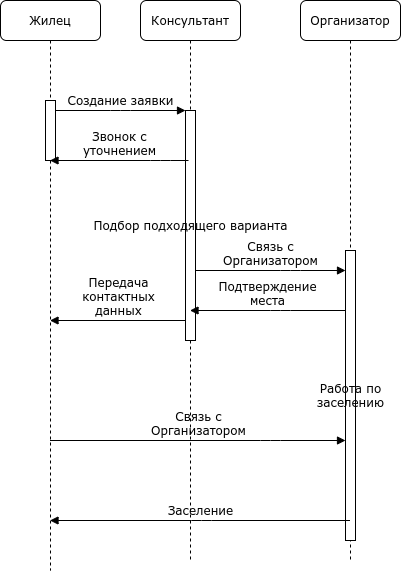
Before: uml/seq_2.png, a diagram exported from draw.io (mikle9997/software-architecture-design). Source tidied: cells renumbered, new cells last; positions are measured from the earlier drawing's top-left corner, leaving out a move shared by most shapes.
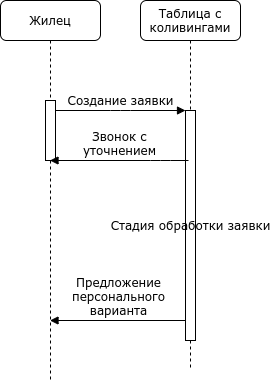
After the commit.

What changed in the source:
```diff
@@ -2,20 +2,14 @@
   <root>
     <mxCell id="0" />
     <mxCell id="1" parent="0" />
-    <mxCell id="2" value="Консультант" style="shape=umlLifeline;perimeter=lifelinePerimeter;whiteSpace=wrap;html=1;outlineConnect=0;rounded=1;shadow=0;comic=0;labelBackgroundColor=none;strokeWidth=1;fontFamily=Verdana;fontSize=12;align=center;" parent="1" vertex="1">
-      <mxGeometry x="140" width="100" height="560" as="geometry" />
+    <mxCell id="2" value="Таблица с коливингами" style="shape=umlLifeline;perimeter=lifelinePerimeter;whiteSpace=wrap;html=1;outlineConnect=0;rounded=1;shadow=0;comic=0;labelBackgroundColor=none;strokeWidth=1;fontFamily=Verdana;fontSize=12;align=center;" parent="1" vertex="1">
+      <mxGeometry x="140" width="100" height="370" as="geometry" />
     </mxCell>
-    <mxCell id="3" value="Подбор подходящего варианта" style="html=1;points=[];perimeter=orthogonalPerimeter;rounded=0;shadow=0;comic=0;labelBackgroundColor=none;strokeWidth=1;fontFamily=Verdana;fontSize=12;align=center;" parent="2" vertex="1">
+    <mxCell id="3" value="Стадия обработки заявки" style="html=1;points=[];perimeter=orthogonalPerimeter;rounded=0;shadow=0;comic=0;labelBackgroundColor=none;strokeWidth=1;fontFamily=Verdana;fontSize=12;align=center;" parent="2" vertex="1">
       <mxGeometry x="45" y="110" width="10" height="230" as="geometry" />
     </mxCell>
-    <mxCell id="4" value="Организатор" style="shape=umlLifeline;perimeter=lifelinePerimeter;whiteSpace=wrap;html=1;outlineConnect=0;rounded=1;shadow=0;comic=0;labelBackgroundColor=none;strokeWidth=1;fontFamily=Verdana;fontSize=12;align=center;" parent="1" vertex="1">
-      <mxGeometry x="300" width="100" height="560" as="geometry" />
-    </mxCell>
-    <mxCell id="5" value="Работа по&lt;br&gt;заселению" style="html=1;points=[];perimeter=orthogonalPerimeter;rounded=0;shadow=0;comic=0;labelBackgroundColor=none;strokeWidth=1;fontFamily=Verdana;fontSize=12;align=center;" parent="4" vertex="1">
-      <mxGeometry x="45" y="250" width="10" height="290" as="geometry" />
-    </mxCell>
     <mxCell id="6" value="Жилец" style="shape=umlLifeline;perimeter=lifelinePerimeter;whiteSpace=wrap;html=1;outlineConnect=0;rounded=1;shadow=0;comic=0;labelBackgroundColor=none;strokeWidth=1;fontFamily=Verdana;fontSize=12;align=center;" parent="1" vertex="1">
-      <mxGeometry width="100" height="570" as="geometry" />
+      <mxGeometry width="100" height="380" as="geometry" />
     </mxCell>
     <mxCell id="7" style="html=1;points=[];perimeter=orthogonalPerimeter;rounded=0;shadow=0;comic=0;labelBackgroundColor=none;strokeWidth=1;fontFamily=Verdana;fontSize=12;align=center;" parent="6" vertex="1">
       <mxGeometry x="45" y="100" width="10" height="60" as="geometry" />
@@ -31,31 +25,7 @@
         </Array>
       </mxGeometry>
     </mxCell>
-    <mxCell id="10" value="Связь с&lt;br&gt;Организатором" style="html=1;verticalAlign=bottom;endArrow=block;labelBackgroundColor=none;fontFamily=Verdana;fontSize=12;edgeStyle=elbowEdgeStyle;elbow=vertical;" parent="1" edge="1" source="3" target="5">
-      <mxGeometry relative="1" as="geometry">
-        <Array as="points">
-          <mxPoint x="290" y="270" />
-          <mxPoint x="280" y="260" />
-        </Array>
-      </mxGeometry>
-    </mxCell>
-    <mxCell id="11" value="Подтверждение&lt;br&gt;места" style="html=1;verticalAlign=bottom;endArrow=block;labelBackgroundColor=none;fontFamily=Verdana;fontSize=12;edgeStyle=elbowEdgeStyle;elbow=vertical;" parent="1" edge="1" source="5" target="2">
-      <mxGeometry relative="1" as="geometry">
-        <Array as="points">
-          <mxPoint x="280" y="310" />
-          <mxPoint x="320.5" y="300" />
-        </Array>
-      </mxGeometry>
-    </mxCell>
-    <mxCell id="12" value="Связь с&lt;br&gt;Организатором" style="html=1;verticalAlign=bottom;endArrow=block;labelBackgroundColor=none;fontFamily=Verdana;fontSize=12;edgeStyle=elbowEdgeStyle;elbow=vertical;" parent="1" edge="1" source="6" target="5">
-      <mxGeometry relative="1" as="geometry">
-        <Array as="points">
-          <mxPoint x="270" y="440" />
-          <mxPoint x="185" y="410" />
-        </Array>
-      </mxGeometry>
-    </mxCell>
-    <mxCell id="13" value="Передача&lt;br&gt;контактных&lt;br&gt;данных" style="html=1;verticalAlign=bottom;endArrow=block;labelBackgroundColor=none;fontFamily=Verdana;fontSize=12;edgeStyle=elbowEdgeStyle;elbow=vertical;" parent="1" edge="1" target="6">
+    <mxCell id="13" value="Предложение&lt;br&gt;персонального&lt;br&gt;варианта" style="html=1;verticalAlign=bottom;endArrow=block;labelBackgroundColor=none;fontFamily=Verdana;fontSize=12;edgeStyle=elbowEdgeStyle;elbow=vertical;" parent="1" edge="1" target="6">
       <mxGeometry relative="1" as="geometry">
         <mxPoint x="185.5" y="320" as="sourcePoint" />
         <Array as="points">
@@ -64,13 +34,5 @@
         </Array>
       </mxGeometry>
     </mxCell>
-    <mxCell id="14" value="Заселение" style="html=1;verticalAlign=bottom;endArrow=block;labelBackgroundColor=none;fontFamily=Verdana;fontSize=12;edgeStyle=elbowEdgeStyle;elbow=vertical;" parent="1" edge="1" source="4" target="6">
-      <mxGeometry relative="1" as="geometry">
-        <Array as="points">
-          <mxPoint x="201" y="520" />
-          <mxPoint x="241.5" y="510" />
-        </Array>
-      </mxGeometry>
-    </mxCell>
   </root>
 </mxGraphModel>
```
